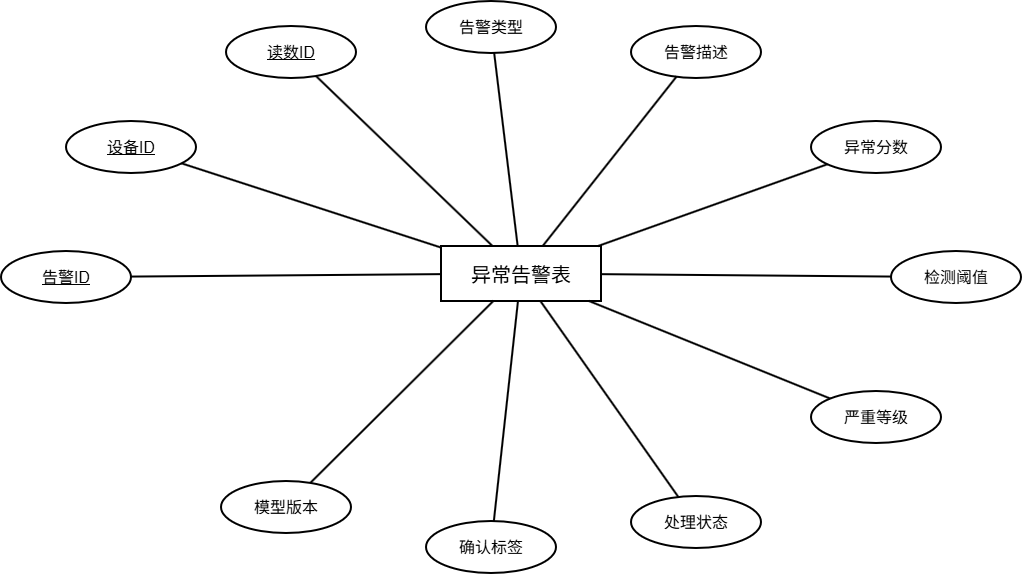
This is pictures_drawio/异常告警表E-R图.drawio.png from solisW/my_thesis_system, a draw.io export, as it was before one commit. Source tidied: cells renumbered, new cells last; positions are measured from the earlier drawing's top-left corner, leaving out a move shared by most shapes. Its diagram source:
```xml
<mxGraphModel>
  <root>
    <mxCell id="0" />
    <mxCell id="1" parent="0" />
    <mxCell id="2" value="异常告警表" style="rounded=0;whiteSpace=wrap;html=1;fillColor=#ffffff;strokeColor=#000000;strokeWidth=2;fontSize=20;" parent="1" vertex="1">
      <mxGeometry x="440" y="245" width="160" height="55" as="geometry" />
    </mxCell>
    <mxCell id="3" value="&lt;u&gt;告警ID&lt;/u&gt;" style="ellipse;whiteSpace=wrap;html=1;fillColor=#ffffff;strokeColor=#000000;strokeWidth=2;fontSize=16;" parent="1" vertex="1">
      <mxGeometry y="250" width="130" height="52" as="geometry" />
    </mxCell>
    <mxCell id="4" style="endArrow=none;html=1;rounded=0;strokeWidth=2;fontSize=14;" parent="1" edge="1" source="2" target="3">
      <mxGeometry relative="1" as="geometry" />
    </mxCell>
    <mxCell id="5" value="&lt;u&gt;设备ID&lt;/u&gt;" style="ellipse;whiteSpace=wrap;html=1;fillColor=#ffffff;strokeColor=#000000;strokeWidth=2;fontSize=16;" parent="1" vertex="1">
      <mxGeometry x="65" y="120" width="130" height="52" as="geometry" />
    </mxCell>
    <mxCell id="6" style="endArrow=none;html=1;rounded=0;strokeWidth=2;fontSize=14;" parent="1" edge="1" source="2" target="5">
      <mxGeometry relative="1" as="geometry" />
    </mxCell>
    <mxCell id="7" value="&lt;u&gt;读数ID&lt;/u&gt;" style="ellipse;whiteSpace=wrap;html=1;fillColor=#ffffff;strokeColor=#000000;strokeWidth=2;fontSize=16;" parent="1" vertex="1">
      <mxGeometry x="225" y="25" width="130" height="52" as="geometry" />
    </mxCell>
    <mxCell id="8" style="endArrow=none;html=1;rounded=0;strokeWidth=2;fontSize=14;" parent="1" edge="1" source="2" target="7">
      <mxGeometry relative="1" as="geometry" />
    </mxCell>
    <mxCell id="9" value="告警类型" style="ellipse;whiteSpace=wrap;html=1;fillColor=#ffffff;strokeColor=#000000;strokeWidth=2;fontSize=16;" parent="1" vertex="1">
      <mxGeometry x="425" width="130" height="52" as="geometry" />
    </mxCell>
    <mxCell id="10" style="endArrow=none;html=1;rounded=0;strokeWidth=2;fontSize=14;" parent="1" edge="1" source="2" target="9">
      <mxGeometry relative="1" as="geometry" />
    </mxCell>
    <mxCell id="11" value="告警描述" style="ellipse;whiteSpace=wrap;html=1;fillColor=#ffffff;strokeColor=#000000;strokeWidth=2;fontSize=16;" parent="1" vertex="1">
      <mxGeometry x="630" y="25" width="130" height="52" as="geometry" />
    </mxCell>
    <mxCell id="12" style="endArrow=none;html=1;rounded=0;strokeWidth=2;fontSize=14;" parent="1" edge="1" source="2" target="11">
      <mxGeometry relative="1" as="geometry" />
    </mxCell>
    <mxCell id="13" value="异常分数" style="ellipse;whiteSpace=wrap;html=1;fillColor=#ffffff;strokeColor=#000000;strokeWidth=2;fontSize=16;" parent="1" vertex="1">
      <mxGeometry x="810" y="120" width="130" height="52" as="geometry" />
    </mxCell>
    <mxCell id="14" style="endArrow=none;html=1;rounded=0;strokeWidth=2;fontSize=14;" parent="1" edge="1" source="2" target="13">
      <mxGeometry relative="1" as="geometry" />
    </mxCell>
    <mxCell id="15" value="检测阈值" style="ellipse;whiteSpace=wrap;html=1;fillColor=#ffffff;strokeColor=#000000;strokeWidth=2;fontSize=16;" parent="1" vertex="1">
      <mxGeometry x="890" y="250" width="130" height="52" as="geometry" />
    </mxCell>
    <mxCell id="16" style="endArrow=none;html=1;rounded=0;strokeWidth=2;fontSize=14;" parent="1" edge="1" source="2" target="15">
      <mxGeometry relative="1" as="geometry" />
    </mxCell>
    <mxCell id="17" value="严重等级" style="ellipse;whiteSpace=wrap;html=1;fillColor=#ffffff;strokeColor=#000000;strokeWidth=2;fontSize=16;" parent="1" vertex="1">
      <mxGeometry x="810" y="390" width="130" height="52" as="geometry" />
    </mxCell>
    <mxCell id="18" style="endArrow=none;html=1;rounded=0;strokeWidth=2;fontSize=14;" parent="1" edge="1" source="2" target="17">
      <mxGeometry relative="1" as="geometry" />
    </mxCell>
    <mxCell id="19" value="处理状态" style="ellipse;whiteSpace=wrap;html=1;fillColor=#ffffff;strokeColor=#000000;strokeWidth=2;fontSize=16;" parent="1" vertex="1">
      <mxGeometry x="630" y="495" width="130" height="52" as="geometry" />
    </mxCell>
    <mxCell id="20" style="endArrow=none;html=1;rounded=0;strokeWidth=2;fontSize=14;" parent="1" edge="1" source="2" target="19">
      <mxGeometry relative="1" as="geometry" />
    </mxCell>
    <mxCell id="21" value="确认标签" style="ellipse;whiteSpace=wrap;html=1;fillColor=#ffffff;strokeColor=#000000;strokeWidth=2;fontSize=16;" parent="1" vertex="1">
      <mxGeometry x="425" y="520" width="130" height="52" as="geometry" />
    </mxCell>
    <mxCell id="22" style="endArrow=none;html=1;rounded=0;strokeWidth=2;fontSize=14;" parent="1" edge="1" source="2" target="21">
      <mxGeometry relative="1" as="geometry" />
    </mxCell>
    <mxCell id="23" value="模型版本" style="ellipse;whiteSpace=wrap;html=1;fillColor=#ffffff;strokeColor=#000000;strokeWidth=2;fontSize=16;" parent="1" vertex="1">
      <mxGeometry x="220" y="480" width="130" height="52" as="geometry" />
    </mxCell>
    <mxCell id="24" style="endArrow=none;html=1;rounded=0;strokeWidth=2;fontSize=14;" parent="1" edge="1" source="2" target="23">
      <mxGeometry relative="1" as="geometry" />
    </mxCell>
  </root>
</mxGraphModel>
```
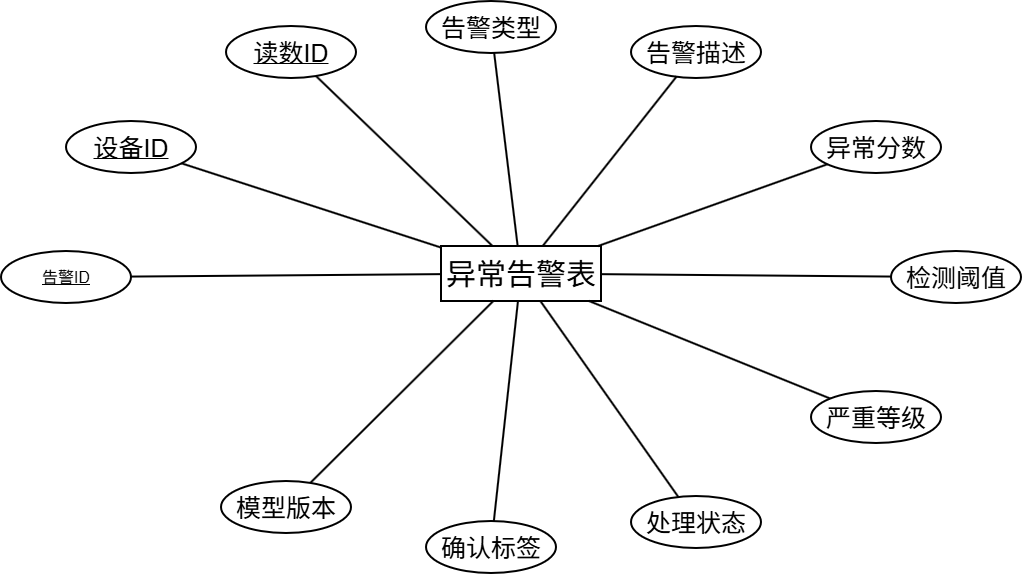
Above is the later version.

Diff of the diagram source:
```diff
@@ -2,7 +2,7 @@
   <root>
     <mxCell id="0" />
     <mxCell id="1" parent="0" />
-    <mxCell id="2" value="异常告警表" style="rounded=0;whiteSpace=wrap;html=1;fillColor=#ffffff;strokeColor=#000000;strokeWidth=2;fontSize=20;" parent="1" vertex="1">
+    <mxCell id="2" value="&lt;font style=&quot;font-size: 30px;&quot;&gt;异常告警表&lt;/font&gt;" style="rounded=0;whiteSpace=wrap;html=1;fillColor=#ffffff;strokeColor=#000000;strokeWidth=2;fontSize=20;" parent="1" vertex="1">
       <mxGeometry x="440" y="245" width="160" height="55" as="geometry" />
     </mxCell>
     <mxCell id="3" value="&lt;u&gt;告警ID&lt;/u&gt;" style="ellipse;whiteSpace=wrap;html=1;fillColor=#ffffff;strokeColor=#000000;strokeWidth=2;fontSize=16;" parent="1" vertex="1">
@@ -11,61 +11,61 @@
     <mxCell id="4" style="endArrow=none;html=1;rounded=0;strokeWidth=2;fontSize=14;" parent="1" edge="1" source="2" target="3">
       <mxGeometry relative="1" as="geometry" />
     </mxCell>
-    <mxCell id="5" value="&lt;u&gt;设备ID&lt;/u&gt;" style="ellipse;whiteSpace=wrap;html=1;fillColor=#ffffff;strokeColor=#000000;strokeWidth=2;fontSize=16;" parent="1" vertex="1">
+    <mxCell id="5" value="&lt;u&gt;&lt;font style=&quot;font-size: 25px;&quot;&gt;设备ID&lt;/font&gt;&lt;/u&gt;" style="ellipse;whiteSpace=wrap;html=1;fillColor=#ffffff;strokeColor=#000000;strokeWidth=2;fontSize=16;" parent="1" vertex="1">
       <mxGeometry x="65" y="120" width="130" height="52" as="geometry" />
     </mxCell>
     <mxCell id="6" style="endArrow=none;html=1;rounded=0;strokeWidth=2;fontSize=14;" parent="1" edge="1" source="2" target="5">
       <mxGeometry relative="1" as="geometry" />
     </mxCell>
-    <mxCell id="7" value="&lt;u&gt;读数ID&lt;/u&gt;" style="ellipse;whiteSpace=wrap;html=1;fillColor=#ffffff;strokeColor=#000000;strokeWidth=2;fontSize=16;" parent="1" vertex="1">
+    <mxCell id="7" value="&lt;u&gt;&lt;font style=&quot;font-size: 25px;&quot;&gt;读数ID&lt;/font&gt;&lt;/u&gt;" style="ellipse;whiteSpace=wrap;html=1;fillColor=#ffffff;strokeColor=#000000;strokeWidth=2;fontSize=16;" parent="1" vertex="1">
       <mxGeometry x="225" y="25" width="130" height="52" as="geometry" />
     </mxCell>
     <mxCell id="8" style="endArrow=none;html=1;rounded=0;strokeWidth=2;fontSize=14;" parent="1" edge="1" source="2" target="7">
       <mxGeometry relative="1" as="geometry" />
     </mxCell>
-    <mxCell id="9" value="告警类型" style="ellipse;whiteSpace=wrap;html=1;fillColor=#ffffff;strokeColor=#000000;strokeWidth=2;fontSize=16;" parent="1" vertex="1">
+    <mxCell id="9" value="&lt;font style=&quot;font-size: 25px;&quot;&gt;告警类型&lt;/font&gt;" style="ellipse;whiteSpace=wrap;html=1;fillColor=#ffffff;strokeColor=#000000;strokeWidth=2;fontSize=16;" parent="1" vertex="1">
       <mxGeometry x="425" width="130" height="52" as="geometry" />
     </mxCell>
     <mxCell id="10" style="endArrow=none;html=1;rounded=0;strokeWidth=2;fontSize=14;" parent="1" edge="1" source="2" target="9">
       <mxGeometry relative="1" as="geometry" />
     </mxCell>
-    <mxCell id="11" value="告警描述" style="ellipse;whiteSpace=wrap;html=1;fillColor=#ffffff;strokeColor=#000000;strokeWidth=2;fontSize=16;" parent="1" vertex="1">
+    <mxCell id="11" value="&lt;font style=&quot;font-size: 25px;&quot;&gt;告警描述&lt;/font&gt;" style="ellipse;whiteSpace=wrap;html=1;fillColor=#ffffff;strokeColor=#000000;strokeWidth=2;fontSize=16;" parent="1" vertex="1">
       <mxGeometry x="630" y="25" width="130" height="52" as="geometry" />
     </mxCell>
     <mxCell id="12" style="endArrow=none;html=1;rounded=0;strokeWidth=2;fontSize=14;" parent="1" edge="1" source="2" target="11">
       <mxGeometry relative="1" as="geometry" />
     </mxCell>
-    <mxCell id="13" value="异常分数" style="ellipse;whiteSpace=wrap;html=1;fillColor=#ffffff;strokeColor=#000000;strokeWidth=2;fontSize=16;" parent="1" vertex="1">
+    <mxCell id="13" value="&lt;font style=&quot;font-size: 25px;&quot;&gt;异常分数&lt;/font&gt;" style="ellipse;whiteSpace=wrap;html=1;fillColor=#ffffff;strokeColor=#000000;strokeWidth=2;fontSize=16;" parent="1" vertex="1">
       <mxGeometry x="810" y="120" width="130" height="52" as="geometry" />
     </mxCell>
     <mxCell id="14" style="endArrow=none;html=1;rounded=0;strokeWidth=2;fontSize=14;" parent="1" edge="1" source="2" target="13">
       <mxGeometry relative="1" as="geometry" />
     </mxCell>
-    <mxCell id="15" value="检测阈值" style="ellipse;whiteSpace=wrap;html=1;fillColor=#ffffff;strokeColor=#000000;strokeWidth=2;fontSize=16;" parent="1" vertex="1">
+    <mxCell id="15" value="&lt;font style=&quot;font-size: 25px;&quot;&gt;检测阈值&lt;/font&gt;" style="ellipse;whiteSpace=wrap;html=1;fillColor=#ffffff;strokeColor=#000000;strokeWidth=2;fontSize=16;" parent="1" vertex="1">
       <mxGeometry x="890" y="250" width="130" height="52" as="geometry" />
     </mxCell>
     <mxCell id="16" style="endArrow=none;html=1;rounded=0;strokeWidth=2;fontSize=14;" parent="1" edge="1" source="2" target="15">
       <mxGeometry relative="1" as="geometry" />
     </mxCell>
-    <mxCell id="17" value="严重等级" style="ellipse;whiteSpace=wrap;html=1;fillColor=#ffffff;strokeColor=#000000;strokeWidth=2;fontSize=16;" parent="1" vertex="1">
+    <mxCell id="17" value="&lt;font style=&quot;font-size: 25px;&quot;&gt;严重等级&lt;/font&gt;" style="ellipse;whiteSpace=wrap;html=1;fillColor=#ffffff;strokeColor=#000000;strokeWidth=2;fontSize=16;" parent="1" vertex="1">
       <mxGeometry x="810" y="390" width="130" height="52" as="geometry" />
     </mxCell>
     <mxCell id="18" style="endArrow=none;html=1;rounded=0;strokeWidth=2;fontSize=14;" parent="1" edge="1" source="2" target="17">
       <mxGeometry relative="1" as="geometry" />
     </mxCell>
-    <mxCell id="19" value="处理状态" style="ellipse;whiteSpace=wrap;html=1;fillColor=#ffffff;strokeColor=#000000;strokeWidth=2;fontSize=16;" parent="1" vertex="1">
+    <mxCell id="19" value="&lt;font style=&quot;font-size: 25px;&quot;&gt;处理状态&lt;/font&gt;" style="ellipse;whiteSpace=wrap;html=1;fillColor=#ffffff;strokeColor=#000000;strokeWidth=2;fontSize=16;" parent="1" vertex="1">
       <mxGeometry x="630" y="495" width="130" height="52" as="geometry" />
     </mxCell>
     <mxCell id="20" style="endArrow=none;html=1;rounded=0;strokeWidth=2;fontSize=14;" parent="1" edge="1" source="2" target="19">
       <mxGeometry relative="1" as="geometry" />
     </mxCell>
-    <mxCell id="21" value="确认标签" style="ellipse;whiteSpace=wrap;html=1;fillColor=#ffffff;strokeColor=#000000;strokeWidth=2;fontSize=16;" parent="1" vertex="1">
+    <mxCell id="21" value="&lt;font style=&quot;font-size: 25px;&quot;&gt;确认标签&lt;/font&gt;" style="ellipse;whiteSpace=wrap;html=1;fillColor=#ffffff;strokeColor=#000000;strokeWidth=2;fontSize=16;" parent="1" vertex="1">
       <mxGeometry x="425" y="520" width="130" height="52" as="geometry" />
     </mxCell>
     <mxCell id="22" style="endArrow=none;html=1;rounded=0;strokeWidth=2;fontSize=14;" parent="1" edge="1" source="2" target="21">
       <mxGeometry relative="1" as="geometry" />
     </mxCell>
-    <mxCell id="23" value="模型版本" style="ellipse;whiteSpace=wrap;html=1;fillColor=#ffffff;strokeColor=#000000;strokeWidth=2;fontSize=16;" parent="1" vertex="1">
+    <mxCell id="23" value="&lt;font style=&quot;font-size: 25px;&quot;&gt;模型版本&lt;/font&gt;" style="ellipse;whiteSpace=wrap;html=1;fillColor=#ffffff;strokeColor=#000000;strokeWidth=2;fontSize=16;" parent="1" vertex="1">
       <mxGeometry x="220" y="480" width="130" height="52" as="geometry" />
     </mxCell>
     <mxCell id="24" style="endArrow=none;html=1;rounded=0;strokeWidth=2;fontSize=14;" parent="1" edge="1" source="2" target="23">
```
